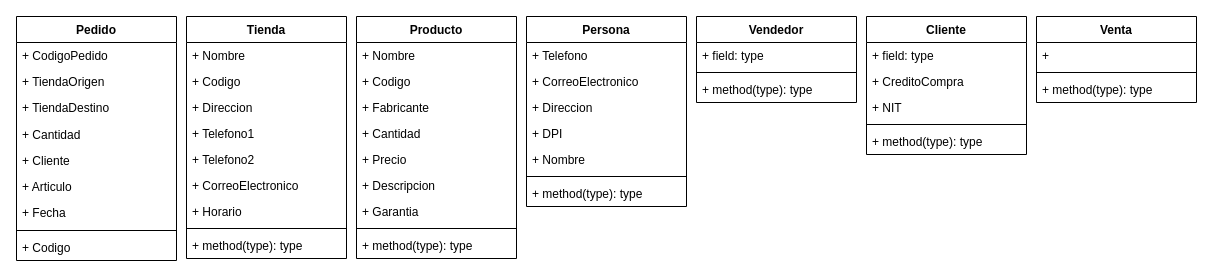
Before: Diagrama de clases..drawio in DylanBarrios/Intelaf, a draw.io diagram. Source tidied: cells renumbered, new cells numbered last; positions are measured from the earlier drawing's top-left corner, leaving out a move shared by most shapes. Both pictures are drawn from the tidied source at 100%, with x=0, y=0 at pixel (16, 16).
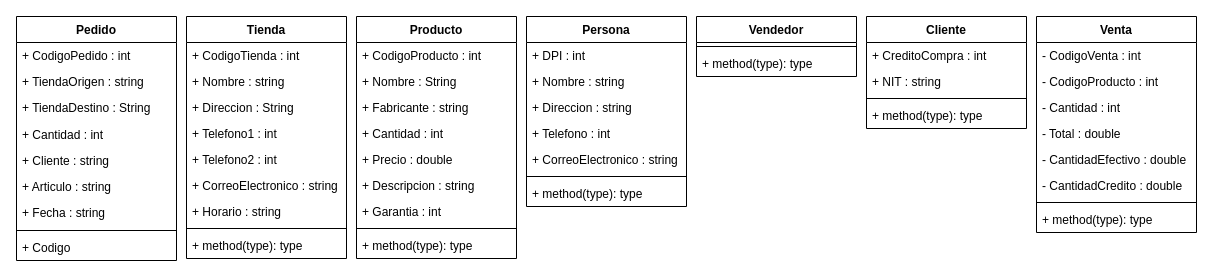
Above is the later version.

Unchanged cells that the change refers to:
```xml
<mxCell id="2" value="Pedido" style="swimlane;fontStyle=1;align=center;verticalAlign=top;horizontal=1;startSize=26;" parent="1" vertex="1">
  <mxGeometry width="160" height="244" as="geometry" />
</mxCell>
<mxCell id="12" value="Tienda" style="swimlane;fontStyle=1;align=center;verticalAlign=top;horizontal=1;startSize=26;" parent="1" vertex="1">
  <mxGeometry x="170" width="160" height="242" as="geometry" />
</mxCell>
<mxCell id="22" value="Producto" style="swimlane;fontStyle=1;align=center;verticalAlign=top;horizontal=1;startSize=26;" parent="1" vertex="1">
  <mxGeometry x="340" width="160" height="242" as="geometry" />
</mxCell>
<mxCell id="32" value="Persona" style="swimlane;fontStyle=1;align=center;verticalAlign=top;horizontal=1;startSize=26;" parent="1" vertex="1">
  <mxGeometry x="510" width="160" height="190" as="geometry" />
</mxCell>
```

What changed in the source:
```diff
@@
-    <mxCell id="3" value="+ CodigoPedido" style="text;strokeColor=none;fillColor=none;align=left;verticalAlign=top;spacingLeft=4;spacingRight=4;overflow=hidden;" parent="2" vertex="1">
+    <mxCell id="3" value="+ CodigoPedido : int" style="text;strokeColor=none;fillColor=none;align=left;verticalAlign=top;spacingLeft=4;spacingRight=4;overflow=hidden;" parent="2" vertex="1">
       <mxGeometry y="26" width="160" height="26" as="geometry" />
     </mxCell>
-    <mxCell id="4" value="+ TiendaOrigen" style="text;strokeColor=none;fillColor=none;align=left;verticalAlign=top;spacingLeft=4;spacingRight=4;overflow=hidden;" parent="2" vertex="1">
+    <mxCell id="4" value="+ TiendaOrigen : string" style="text;strokeColor=none;fillColor=none;align=left;verticalAlign=top;spacingLeft=4;spacingRight=4;overflow=hidden;" parent="2" vertex="1">
       <mxGeometry y="52" width="160" height="26" as="geometry" />
     </mxCell>
-    <mxCell id="5" value="+ TiendaDestino" style="text;strokeColor=none;fillColor=none;align=left;verticalAlign=top;spacingLeft=4;spacingRight=4;overflow=hidden;" parent="2" vertex="1">
+    <mxCell id="5" value="+ TiendaDestino : String" style="text;strokeColor=none;fillColor=none;align=left;verticalAlign=top;spacingLeft=4;spacingRight=4;overflow=hidden;" parent="2" vertex="1">
       <mxGeometry y="78" width="160" height="27" as="geometry" />
     </mxCell>
-    <mxCell id="6" value="+ Cantidad" style="text;strokeColor=none;fillColor=none;align=left;verticalAlign=top;spacingLeft=4;spacingRight=4;overflow=hidden;" parent="2" vertex="1">
+    <mxCell id="6" value="+ Cantidad : int" style="text;strokeColor=none;fillColor=none;align=left;verticalAlign=top;spacingLeft=4;spacingRight=4;overflow=hidden;" parent="2" vertex="1">
       <mxGeometry y="105" width="160" height="26" as="geometry" />
     </mxCell>
-    <mxCell id="7" value="+ Cliente" style="text;strokeColor=none;fillColor=none;align=left;verticalAlign=top;spacingLeft=4;spacingRight=4;overflow=hidden;" parent="2" vertex="1">
+    <mxCell id="7" value="+ Cliente : string" style="text;strokeColor=none;fillColor=none;align=left;verticalAlign=top;spacingLeft=4;spacingRight=4;overflow=hidden;" parent="2" vertex="1">
       <mxGeometry y="131" width="160" height="26" as="geometry" />
     </mxCell>
-    <mxCell id="8" value="+ Articulo" style="text;strokeColor=none;fillColor=none;align=left;verticalAlign=top;spacingLeft=4;spacingRight=4;overflow=hidden;" parent="2" vertex="1">
+    <mxCell id="8" value="+ Articulo : string" style="text;strokeColor=none;fillColor=none;align=left;verticalAlign=top;spacingLeft=4;spacingRight=4;overflow=hidden;" parent="2" vertex="1">
       <mxGeometry y="157" width="160" height="26" as="geometry" />
     </mxCell>
-    <mxCell id="9" value="+ Fecha" style="text;strokeColor=none;fillColor=none;align=left;verticalAlign=top;spacingLeft=4;spacingRight=4;overflow=hidden;" parent="2" vertex="1">
+    <mxCell id="9" value="+ Fecha : string" style="text;strokeColor=none;fillColor=none;align=left;verticalAlign=top;spacingLeft=4;spacingRight=4;overflow=hidden;" parent="2" vertex="1">
       <mxGeometry y="183" width="160" height="27" as="geometry" />
     </mxCell>
@@
+    <mxCell id="14" value="+ CodigoTienda : int" style="text;strokeColor=none;fillColor=none;align=left;verticalAlign=top;spacingLeft=4;spacingRight=4;overflow=hidden;" parent="12" vertex="1">
+      <mxGeometry y="26" width="160" height="26" as="geometry" />
+    </mxCell>
-    <mxCell id="13" value="+ Nombre" style="text;strokeColor=none;fillColor=none;align=left;verticalAlign=top;spacingLeft=4;spacingRight=4;overflow=hidden;" parent="12" vertex="1">
-      <mxGeometry y="26" width="160" height="26" as="geometry" />
+    <mxCell id="13" value="+ Nombre : string" style="text;strokeColor=none;fillColor=none;align=left;verticalAlign=top;spacingLeft=4;spacingRight=4;overflow=hidden;" parent="12" vertex="1">
+      <mxGeometry y="52" width="160" height="26" as="geometry" />
     </mxCell>
-    <mxCell id="14" value="+ Codigo" style="text;strokeColor=none;fillColor=none;align=left;verticalAlign=top;spacingLeft=4;spacingRight=4;overflow=hidden;" parent="12" vertex="1">
-      <mxGeometry y="52" width="160" height="26" as="geometry" />
-    </mxCell>
-    <mxCell id="15" value="+ Direccion" style="text;strokeColor=none;fillColor=none;align=left;verticalAlign=top;spacingLeft=4;spacingRight=4;overflow=hidden;" parent="12" vertex="1">
+    <mxCell id="15" value="+ Direccion : String" style="text;strokeColor=none;fillColor=none;align=left;verticalAlign=top;spacingLeft=4;spacingRight=4;overflow=hidden;" parent="12" vertex="1">
       <mxGeometry y="78" width="160" height="26" as="geometry" />
     </mxCell>
-    <mxCell id="16" value="+ Telefono1" style="text;strokeColor=none;fillColor=none;align=left;verticalAlign=top;spacingLeft=4;spacingRight=4;overflow=hidden;" parent="12" vertex="1">
+    <mxCell id="16" value="+ Telefono1 : int" style="text;strokeColor=none;fillColor=none;align=left;verticalAlign=top;spacingLeft=4;spacingRight=4;overflow=hidden;" parent="12" vertex="1">
       <mxGeometry y="104" width="160" height="26" as="geometry" />
     </mxCell>
-    <mxCell id="17" value="+ Telefono2" style="text;strokeColor=none;fillColor=none;align=left;verticalAlign=top;spacingLeft=4;spacingRight=4;overflow=hidden;" parent="12" vertex="1">
+    <mxCell id="17" value="+ Telefono2 : int" style="text;strokeColor=none;fillColor=none;align=left;verticalAlign=top;spacingLeft=4;spacingRight=4;overflow=hidden;" parent="12" vertex="1">
       <mxGeometry y="130" width="160" height="26" as="geometry" />
     </mxCell>
-    <mxCell id="18" value="+ CorreoElectronico" style="text;strokeColor=none;fillColor=none;align=left;verticalAlign=top;spacingLeft=4;spacingRight=4;overflow=hidden;" parent="12" vertex="1">
+    <mxCell id="18" value="+ CorreoElectronico : string" style="text;strokeColor=none;fillColor=none;align=left;verticalAlign=top;spacingLeft=4;spacingRight=4;overflow=hidden;" parent="12" vertex="1">
       <mxGeometry y="156" width="160" height="26" as="geometry" />
     </mxCell>
-    <mxCell id="19" value="+ Horario" style="text;strokeColor=none;fillColor=none;align=left;verticalAlign=top;spacingLeft=4;spacingRight=4;overflow=hidden;" parent="12" vertex="1">
+    <mxCell id="19" value="+ Horario : string" style="text;strokeColor=none;fillColor=none;align=left;verticalAlign=top;spacingLeft=4;spacingRight=4;overflow=hidden;" parent="12" vertex="1">
       <mxGeometry y="182" width="160" height="26" as="geometry" />
     </mxCell>
@@
+    <mxCell id="24" value="+ CodigoProducto : int" style="text;strokeColor=none;fillColor=none;align=left;verticalAlign=top;spacingLeft=4;spacingRight=4;overflow=hidden;" parent="22" vertex="1">
+      <mxGeometry y="26" width="160" height="26" as="geometry" />
+    </mxCell>
-    <mxCell id="23" value="+ Nombre" style="text;strokeColor=none;fillColor=none;align=left;verticalAlign=top;spacingLeft=4;spacingRight=4;overflow=hidden;" parent="22" vertex="1">
-      <mxGeometry y="26" width="160" height="26" as="geometry" />
+    <mxCell id="23" value="+ Nombre : String" style="text;strokeColor=none;fillColor=none;align=left;verticalAlign=top;spacingLeft=4;spacingRight=4;overflow=hidden;" parent="22" vertex="1">
+      <mxGeometry y="52" width="160" height="26" as="geometry" />
     </mxCell>
-    <mxCell id="24" value="+ Codigo" style="text;strokeColor=none;fillColor=none;align=left;verticalAlign=top;spacingLeft=4;spacingRight=4;overflow=hidden;" parent="22" vertex="1">
-      <mxGeometry y="52" width="160" height="26" as="geometry" />
-    </mxCell>
-    <mxCell id="25" value="+ Fabricante" style="text;strokeColor=none;fillColor=none;align=left;verticalAlign=top;spacingLeft=4;spacingRight=4;overflow=hidden;" parent="22" vertex="1">
+    <mxCell id="25" value="+ Fabricante : string" style="text;strokeColor=none;fillColor=none;align=left;verticalAlign=top;spacingLeft=4;spacingRight=4;overflow=hidden;" parent="22" vertex="1">
       <mxGeometry y="78" width="160" height="26" as="geometry" />
     </mxCell>
-    <mxCell id="26" value="+ Cantidad" style="text;strokeColor=none;fillColor=none;align=left;verticalAlign=top;spacingLeft=4;spacingRight=4;overflow=hidden;" parent="22" vertex="1">
+    <mxCell id="26" value="+ Cantidad : int" style="text;strokeColor=none;fillColor=none;align=left;verticalAlign=top;spacingLeft=4;spacingRight=4;overflow=hidden;" parent="22" vertex="1">
       <mxGeometry y="104" width="160" height="26" as="geometry" />
     </mxCell>
-    <mxCell id="27" value="+ Precio" style="text;strokeColor=none;fillColor=none;align=left;verticalAlign=top;spacingLeft=4;spacingRight=4;overflow=hidden;" parent="22" vertex="1">
+    <mxCell id="27" value="+ Precio : double" style="text;strokeColor=none;fillColor=none;align=left;verticalAlign=top;spacingLeft=4;spacingRight=4;overflow=hidden;" parent="22" vertex="1">
       <mxGeometry y="130" width="160" height="26" as="geometry" />
     </mxCell>
-    <mxCell id="28" value="+ Descripcion" style="text;strokeColor=none;fillColor=none;align=left;verticalAlign=top;spacingLeft=4;spacingRight=4;overflow=hidden;" parent="22" vertex="1">
+    <mxCell id="28" value="+ Descripcion : string" style="text;strokeColor=none;fillColor=none;align=left;verticalAlign=top;spacingLeft=4;spacingRight=4;overflow=hidden;" parent="22" vertex="1">
       <mxGeometry y="156" width="160" height="26" as="geometry" />
     </mxCell>
-    <mxCell id="29" value="+ Garantia" style="text;strokeColor=none;fillColor=none;align=left;verticalAlign=top;spacingLeft=4;spacingRight=4;overflow=hidden;" parent="22" vertex="1">
+    <mxCell id="29" value="+ Garantia : int" style="text;strokeColor=none;fillColor=none;align=left;verticalAlign=top;spacingLeft=4;spacingRight=4;overflow=hidden;" parent="22" vertex="1">
       <mxGeometry y="182" width="160" height="26" as="geometry" />
     </mxCell>
@@
+    <mxCell id="36" value="+ DPI : int" style="text;strokeColor=none;fillColor=none;align=left;verticalAlign=top;spacingLeft=4;spacingRight=4;overflow=hidden;" parent="32" vertex="1">
+      <mxGeometry y="26" width="160" height="26" as="geometry" />
+    </mxCell>
+    <mxCell id="37" value="+ Nombre : string" style="text;strokeColor=none;fillColor=none;align=left;verticalAlign=top;spacingLeft=4;spacingRight=4;overflow=hidden;" parent="32" vertex="1">
+      <mxGeometry y="52" width="160" height="26" as="geometry" />
+    </mxCell>
+    <mxCell id="35" value="+ Direccion : string" style="text;strokeColor=none;fillColor=none;align=left;verticalAlign=top;spacingLeft=4;spacingRight=4;overflow=hidden;" parent="32" vertex="1">
+      <mxGeometry y="78" width="160" height="26" as="geometry" />
+    </mxCell>
-    <mxCell id="33" value="+ Telefono" style="text;strokeColor=none;fillColor=none;align=left;verticalAlign=top;spacingLeft=4;spacingRight=4;overflow=hidden;" parent="32" vertex="1">
-      <mxGeometry y="26" width="160" height="26" as="geometry" />
+    <mxCell id="33" value="+ Telefono : int" style="text;strokeColor=none;fillColor=none;align=left;verticalAlign=top;spacingLeft=4;spacingRight=4;overflow=hidden;" parent="32" vertex="1">
+      <mxGeometry y="104" width="160" height="26" as="geometry" />
     </mxCell>
-    <mxCell id="34" value="+ CorreoElectronico" style="text;strokeColor=none;fillColor=none;align=left;verticalAlign=top;spacingLeft=4;spacingRight=4;overflow=hidden;" parent="32" vertex="1">
-      <mxGeometry y="52" width="160" height="26" as="geometry" />
+    <mxCell id="34" value="+ CorreoElectronico : string" style="text;strokeColor=none;fillColor=none;align=left;verticalAlign=top;spacingLeft=4;spacingRight=4;overflow=hidden;" parent="32" vertex="1">
+      <mxGeometry y="130" width="160" height="26" as="geometry" />
     </mxCell>
-    <mxCell id="35" value="+ Direccion" style="text;strokeColor=none;fillColor=none;align=left;verticalAlign=top;spacingLeft=4;spacingRight=4;overflow=hidden;" parent="32" vertex="1">
-      <mxGeometry y="78" width="160" height="26" as="geometry" />
-    </mxCell>
-    <mxCell id="36" value="+ DPI" style="text;strokeColor=none;fillColor=none;align=left;verticalAlign=top;spacingLeft=4;spacingRight=4;overflow=hidden;" parent="32" vertex="1">
-      <mxGeometry y="104" width="160" height="26" as="geometry" />
-    </mxCell>
-    <mxCell id="37" value="+ Nombre" style="text;strokeColor=none;fillColor=none;align=left;verticalAlign=top;spacingLeft=4;spacingRight=4;overflow=hidden;" parent="32" vertex="1">
-      <mxGeometry y="130" width="160" height="26" as="geometry" />
-    </mxCell>
@@
     <mxCell id="40" value="Vendedor" style="swimlane;fontStyle=1;align=center;verticalAlign=top;horizontal=1;startSize=26;" parent="1" vertex="1">
-      <mxGeometry x="680" width="160" height="86" as="geometry" />
+      <mxGeometry x="680" width="160" height="60" as="geometry" />
     </mxCell>
-    <mxCell id="41" value="+ field: type" style="text;strokeColor=none;fillColor=none;align=left;verticalAlign=top;spacingLeft=4;spacingRight=4;overflow=hidden;" parent="40" vertex="1">
-      <mxGeometry y="26" width="160" height="26" as="geometry" />
-    </mxCell>
     <mxCell id="42" style="line;strokeWidth=1;fillColor=none;align=left;verticalAlign=middle;spacingTop=-1;spacingLeft=3;spacingRight=3;labelPosition=right;" parent="40" vertex="1">
-      <mxGeometry y="52" width="160" height="8" as="geometry" />
+      <mxGeometry y="26" width="160" height="8" as="geometry" />
     </mxCell>
     <mxCell id="43" value="+ method(type): type" style="text;strokeColor=none;fillColor=none;align=left;verticalAlign=top;spacingLeft=4;spacingRight=4;overflow=hidden;" parent="40" vertex="1">
-      <mxGeometry y="60" width="160" height="26" as="geometry" />
+      <mxGeometry y="34" width="160" height="26" as="geometry" />
     </mxCell>
     <mxCell id="44" value="Cliente" style="swimlane;fontStyle=1;align=center;verticalAlign=top;horizontal=1;startSize=26;" parent="1" vertex="1">
-      <mxGeometry x="850" width="160" height="138" as="geometry" />
+      <mxGeometry x="850" width="160" height="112" as="geometry" />
     </mxCell>
-    <mxCell id="45" value="+ field: type" style="text;strokeColor=none;fillColor=none;align=left;verticalAlign=top;spacingLeft=4;spacingRight=4;overflow=hidden;" parent="44" vertex="1">
-      <mxGeometry y="26" width="160" height="26" as="geometry" />
-    </mxCell>
-    <mxCell id="46" value="+ CreditoCompra" style="text;strokeColor=none;fillColor=none;align=left;verticalAlign=top;spacingLeft=4;spacingRight=4;overflow=hidden;" parent="44" vertex="1">
-      <mxGeometry y="52" width="160" height="26" as="geometry" />
+    <mxCell id="46" value="+ CreditoCompra : int" style="text;strokeColor=none;fillColor=none;align=left;verticalAlign=top;spacingLeft=4;spacingRight=4;overflow=hidden;" parent="44" vertex="1">
+      <mxGeometry y="26" width="160" height="26" as="geometry" />
     </mxCell>
-    <mxCell id="47" value="+ NIT" style="text;strokeColor=none;fillColor=none;align=left;verticalAlign=top;spacingLeft=4;spacingRight=4;overflow=hidden;" parent="44" vertex="1">
-      <mxGeometry y="78" width="160" height="26" as="geometry" />
+    <mxCell id="47" value="+ NIT : string" style="text;strokeColor=none;fillColor=none;align=left;verticalAlign=top;spacingLeft=4;spacingRight=4;overflow=hidden;" parent="44" vertex="1">
+      <mxGeometry y="52" width="160" height="26" as="geometry" />
     </mxCell>
     <mxCell id="48" style="line;strokeWidth=1;fillColor=none;align=left;verticalAlign=middle;spacingTop=-1;spacingLeft=3;spacingRight=3;labelPosition=right;" parent="44" vertex="1">
-      <mxGeometry y="104" width="160" height="8" as="geometry" />
+      <mxGeometry y="78" width="160" height="8" as="geometry" />
     </mxCell>
     <mxCell id="49" value="+ method(type): type" style="text;strokeColor=none;fillColor=none;align=left;verticalAlign=top;spacingLeft=4;spacingRight=4;overflow=hidden;" parent="44" vertex="1">
-      <mxGeometry y="112" width="160" height="26" as="geometry" />
+      <mxGeometry y="86" width="160" height="26" as="geometry" />
     </mxCell>
     <mxCell id="50" value="Venta" style="swimlane;fontStyle=1;align=center;verticalAlign=top;horizontal=1;startSize=26;" parent="1" vertex="1">
-      <mxGeometry x="1020" width="160" height="86" as="geometry" />
+      <mxGeometry x="1020" width="160" height="216" as="geometry" />
     </mxCell>
-    <mxCell id="51" value="+ " style="text;strokeColor=none;fillColor=none;align=left;verticalAlign=top;spacingLeft=4;spacingRight=4;overflow=hidden;" parent="50" vertex="1">
+    <mxCell id="51" value="- CodigoVenta : int" style="text;strokeColor=none;fillColor=none;align=left;verticalAlign=top;spacingLeft=4;spacingRight=4;overflow=hidden;" parent="50" vertex="1">
       <mxGeometry y="26" width="160" height="26" as="geometry" />
     </mxCell>
+    <mxCell id="54" value="- CodigoProducto : int" style="text;strokeColor=none;fillColor=none;align=left;verticalAlign=top;spacingLeft=4;spacingRight=4;overflow=hidden;" parent="50" vertex="1">
+      <mxGeometry y="52" width="160" height="26" as="geometry" />
+    </mxCell>
+    <mxCell id="55" value="- Cantidad : int" style="text;strokeColor=none;fillColor=none;align=left;verticalAlign=top;spacingLeft=4;spacingRight=4;overflow=hidden;" parent="50" vertex="1">
+      <mxGeometry y="78" width="160" height="26" as="geometry" />
+    </mxCell>
+    <mxCell id="56" value="- Total : double" style="text;strokeColor=none;fillColor=none;align=left;verticalAlign=top;spacingLeft=4;spacingRight=4;overflow=hidden;" parent="50" vertex="1">
+      <mxGeometry y="104" width="160" height="26" as="geometry" />
+    </mxCell>
+    <mxCell id="57" value="- CantidadEfectivo : double" style="text;strokeColor=none;fillColor=none;align=left;verticalAlign=top;spacingLeft=4;spacingRight=4;overflow=hidden;" parent="50" vertex="1">
+      <mxGeometry y="130" width="160" height="26" as="geometry" />
+    </mxCell>
+    <mxCell id="58" value="- CantidadCredito : double" style="text;strokeColor=none;fillColor=none;align=left;verticalAlign=top;spacingLeft=4;spacingRight=4;overflow=hidden;" parent="50" vertex="1">
+      <mxGeometry y="156" width="160" height="26" as="geometry" />
+    </mxCell>
     <mxCell id="52" style="line;strokeWidth=1;fillColor=none;align=left;verticalAlign=middle;spacingTop=-1;spacingLeft=3;spacingRight=3;labelPosition=right;" parent="50" vertex="1">
-      <mxGeometry y="52" width="160" height="8" as="geometry" />
+      <mxGeometry y="182" width="160" height="8" as="geometry" />
     </mxCell>
     <mxCell id="53" value="+ method(type): type" style="text;strokeColor=none;fillColor=none;align=left;verticalAlign=top;spacingLeft=4;spacingRight=4;overflow=hidden;" parent="50" vertex="1">
-      <mxGeometry y="60" width="160" height="26" as="geometry" />
+      <mxGeometry y="190" width="160" height="26" as="geometry" />
     </mxCell>
```
